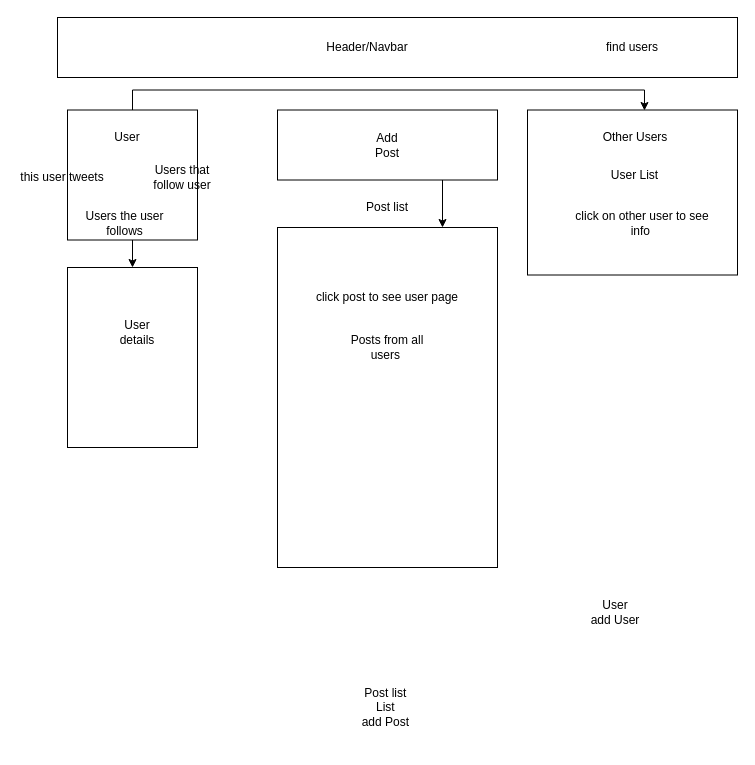
Before: Untitled Diagram.drawio in 3Emme/SocialMediaClone, a draw.io diagram. Source tidied: cells renumbered, new cells numbered last; positions are measured from the earlier drawing's top-left corner, leaving out a move shared by most shapes. Both pictures are drawn from the tidied source at 100%, with x=0, y=0 at pixel (17, 17).
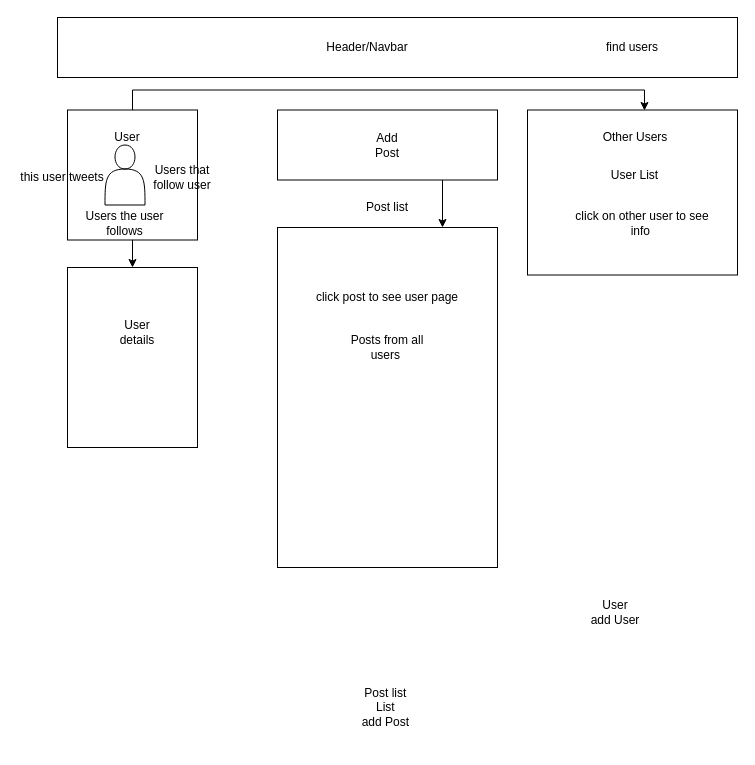
The same page after the edit.

Commit message:
Update hair pam user image Diagram.drawio

Diff of the diagram source:
```diff
@@
+    <mxCell id="27" style="shape=actor;whiteSpace=wrap;html=1;" parent="1" vertex="1">
+      <mxGeometry x="87.5" y="127.5" width="40" height="60" as="geometry" />
+    </mxCell>
```
